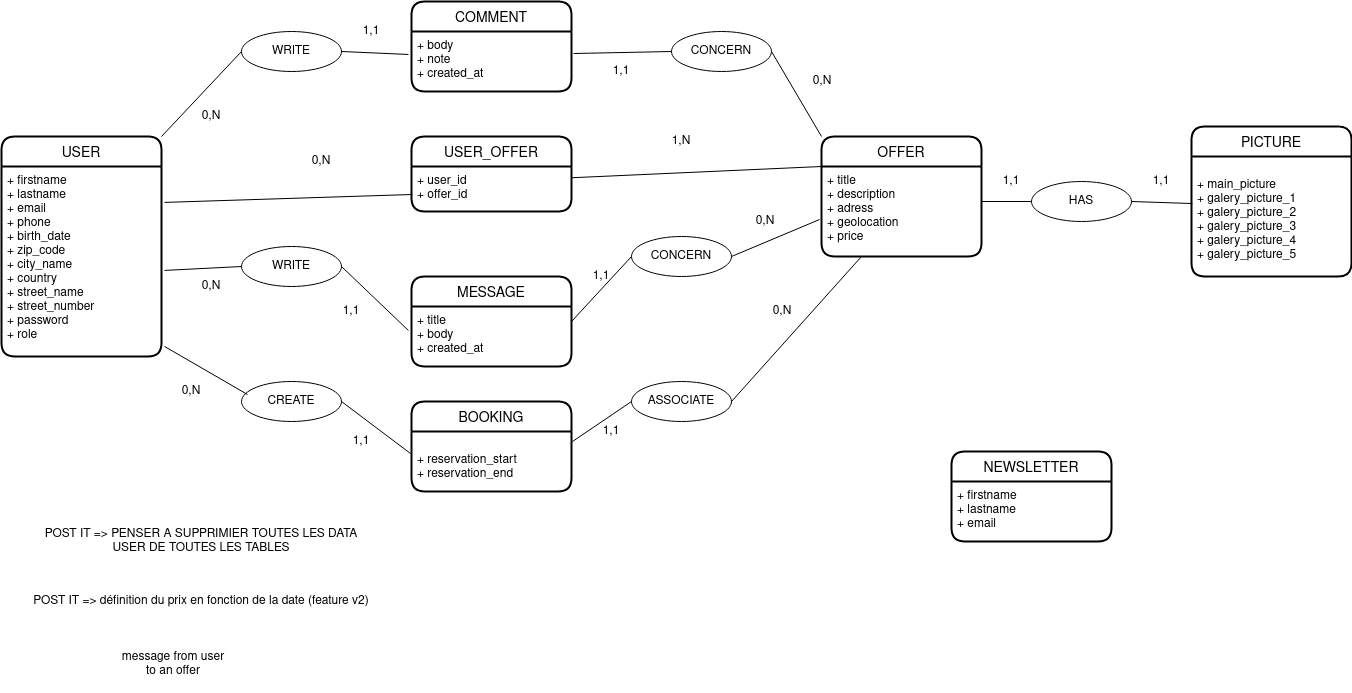
Earlier version of the draw.io export docs/mcd.png (AllisonRenaud/projet-fin-formation). Source tidied: cells renumbered, new cells last; positions are measured from the earlier drawing's top-left corner, leaving out a move shared by most shapes.
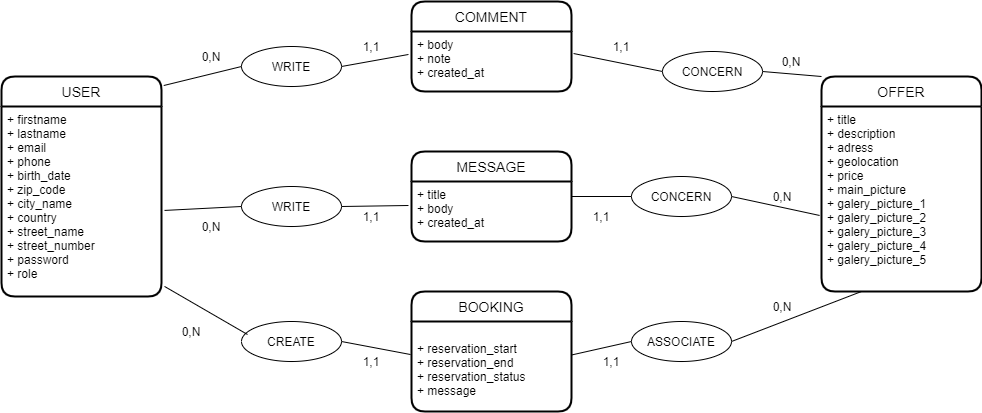
Above is the later version.

Commit message:
update user stories, mcd, mld and data dictionary

Change to the diagram source:
```diff
@@ -9,174 +9,121 @@
       <mxGeometry y="30" width="160" height="190" as="geometry" />
     </mxCell>
     <mxCell id="4" value="OFFER" style="swimlane;horizontal=1;startSize=30;rounded=1;fontSize=14;fontStyle=0;strokeWidth=2;shadow=0;dashed=0;align=center;" parent="1" vertex="1">
-      <mxGeometry x="820" y="135" width="160" height="120" as="geometry" />
+      <mxGeometry x="820" y="135" width="160" height="215" as="geometry" />
     </mxCell>
-    <mxCell id="5" value="+ title&#10;+ description&#10;+ adress &#10;+ geolocation&#10;+ price&#10;" style="align=left;strokeColor=none;fillColor=none;spacingLeft=4;fontSize=12;verticalAlign=top;" parent="4" vertex="1">
-      <mxGeometry y="30" width="160" height="90" as="geometry" />
-    </mxCell>
+    <mxCell id="60" value="+ title&#10;+ description&#10;+ adress &#10;+ geolocation&#10;+ price&#10;+ main_picture&#10;+ galery_picture_1&#10;+ galery_picture_2&#10;+ galery_picture_3&#10;+ galery_picture_4&#10;+ galery_picture_5&#10;" style="align=left;strokeColor=none;fillColor=none;spacingLeft=4;fontSize=12;verticalAlign=top;" parent="4" vertex="1">
+      <mxGeometry y="30" width="160" height="185" as="geometry" />
+    </mxCell>
+    <mxCell id="61" style="edgeStyle=orthogonalEdgeStyle;rounded=0;orthogonalLoop=1;jettySize=auto;html=1;exitX=0.5;exitY=1;exitDx=0;exitDy=0;" parent="4" edge="1" source="60" target="60">
+      <mxGeometry relative="1" as="geometry" />
+    </mxCell>
     <mxCell id="6" value="BOOKING" style="swimlane;horizontal=1;startSize=30;rounded=1;fontSize=14;fontStyle=0;strokeWidth=2;shadow=0;dashed=0;align=center;" parent="1" vertex="1">
-      <mxGeometry x="410" y="400" width="160" height="90" as="geometry" />
+      <mxGeometry x="410" y="350" width="160" height="120" as="geometry" />
     </mxCell>
-    <mxCell id="7" value="&#10;+ reservation_start&#10;+ reservation_end" style="align=left;strokeColor=none;fillColor=none;spacingLeft=4;fontSize=12;verticalAlign=top;" parent="6" vertex="1">
-      <mxGeometry y="30" width="160" height="60" as="geometry" />
-    </mxCell>
+    <mxCell id="62" value="&#10;+ reservation_start&#10;+ reservation_end&#10;+ reservation_status&#10;+ message" style="align=left;strokeColor=none;fillColor=none;spacingLeft=4;fontSize=12;verticalAlign=top;" parent="6" vertex="1">
+      <mxGeometry y="30" width="160" height="90" as="geometry" />
+    </mxCell>
     <mxCell id="8" value="COMMENT" style="swimlane;horizontal=1;startSize=30;rounded=1;fontSize=14;fontStyle=0;strokeWidth=2;shadow=0;dashed=0;align=center;" parent="1" vertex="1">
-      <mxGeometry x="410" width="160" height="90" as="geometry" />
+      <mxGeometry x="410" y="60" width="160" height="90" as="geometry" />
     </mxCell>
     <mxCell id="9" value="+ body&#10;+ note&#10;+ created_at" style="align=left;strokeColor=none;fillColor=none;spacingLeft=4;fontSize=12;verticalAlign=top;" parent="8" vertex="1">
       <mxGeometry y="30" width="160" height="60" as="geometry" />
     </mxCell>
-    <mxCell id="10" value="NEWSLETTER" style="swimlane;horizontal=1;startSize=30;rounded=1;fontSize=14;fontStyle=0;strokeWidth=2;shadow=0;dashed=0;align=center;" parent="1" vertex="1">
-      <mxGeometry x="950" y="450" width="160" height="90" as="geometry" />
-    </mxCell>
-    <mxCell id="11" value="+ firstname&#10;+ lastname&#10;+ email" style="align=left;strokeColor=none;fillColor=none;spacingLeft=4;fontSize=12;verticalAlign=top;" parent="10" vertex="1">
-      <mxGeometry y="30" width="160" height="60" as="geometry" />
-    </mxCell>
-    <mxCell id="12" value="POST IT =&amp;gt; PENSER A SUPPRIMIER TOUTES LES DATA USER DE TOUTES LES TABLES" style="text;html=1;strokeColor=none;fillColor=none;align=center;verticalAlign=middle;whiteSpace=wrap;rounded=0;" parent="1" vertex="1">
-      <mxGeometry x="25" y="530" width="350" height="20" as="geometry" />
-    </mxCell>
-    <mxCell id="13" value="PICTURE" style="swimlane;horizontal=1;startSize=30;rounded=1;fontSize=14;fontStyle=0;strokeWidth=2;shadow=0;dashed=0;align=center;" parent="1" vertex="1">
-      <mxGeometry x="1190" y="125" width="160" height="150" as="geometry" />
-    </mxCell>
-    <mxCell id="14" value="&#10;+ main_picture&#10;+ galery_picture_1&#10;+ galery_picture_2&#10;+ galery_picture_3&#10;+ galery_picture_4&#10;+ galery_picture_5" style="align=left;strokeColor=none;fillColor=none;spacingLeft=4;fontSize=12;verticalAlign=top;" parent="13" vertex="1">
-      <mxGeometry y="30" width="160" height="120" as="geometry" />
-    </mxCell>
-    <mxCell id="15" value="POST IT =&amp;gt; définition du prix en fonction de la date (feature v2)" style="text;html=1;strokeColor=none;fillColor=none;align=center;verticalAlign=middle;whiteSpace=wrap;rounded=0;" parent="1" vertex="1">
-      <mxGeometry x="25" y="590" width="350" height="20" as="geometry" />
-    </mxCell>
     <mxCell id="16" value="MESSAGE" style="swimlane;horizontal=1;startSize=30;rounded=1;fontSize=14;fontStyle=0;strokeWidth=2;shadow=0;dashed=0;align=center;" parent="1" vertex="1">
-      <mxGeometry x="410" y="275" width="160" height="90" as="geometry" />
+      <mxGeometry x="410" y="210" width="160" height="90" as="geometry" />
     </mxCell>
     <mxCell id="17" value="+ title&#10;+ body&#10;+ created_at&#10;" style="align=left;strokeColor=none;fillColor=none;spacingLeft=4;fontSize=12;verticalAlign=top;" parent="16" vertex="1">
       <mxGeometry y="30" width="160" height="60" as="geometry" />
     </mxCell>
-    <mxCell id="18" value="&lt;div&gt;message from user&lt;/div&gt;&lt;div&gt;to an offer&lt;br&gt;&lt;/div&gt;&lt;div&gt;&lt;br&gt;&lt;/div&gt;" style="text;html=1;strokeColor=none;fillColor=none;align=center;verticalAlign=middle;whiteSpace=wrap;rounded=0;" parent="1" vertex="1">
-      <mxGeometry x="104" y="660" width="136" height="20" as="geometry" />
-    </mxCell>
-    <mxCell id="19" value="WRITE" style="ellipse;whiteSpace=wrap;html=1;align=center;" parent="1" vertex="1">
-      <mxGeometry x="240" y="30" width="100" height="40" as="geometry" />
-    </mxCell>
-    <mxCell id="20" value="CONCERN" style="ellipse;whiteSpace=wrap;html=1;align=center;" parent="1" vertex="1">
-      <mxGeometry x="670" y="30" width="100" height="40" as="geometry" />
-    </mxCell>
+    <mxCell id="63" value="WRITE" style="ellipse;whiteSpace=wrap;html=1;align=center;" parent="1" vertex="1">
+      <mxGeometry x="240" y="105" width="100" height="40" as="geometry" />
+    </mxCell>
+    <mxCell id="64" value="CONCERN" style="ellipse;whiteSpace=wrap;html=1;align=center;" parent="1" vertex="1">
+      <mxGeometry x="661" y="110" width="100" height="40" as="geometry" />
+    </mxCell>
     <mxCell id="21" value="CREATE" style="ellipse;whiteSpace=wrap;html=1;align=center;" parent="1" vertex="1">
       <mxGeometry x="240" y="380" width="100" height="40" as="geometry" />
     </mxCell>
-    <mxCell id="22" value="WRITE" style="ellipse;whiteSpace=wrap;html=1;align=center;" parent="1" vertex="1">
-      <mxGeometry x="240" y="245" width="100" height="40" as="geometry" />
-    </mxCell>
+    <mxCell id="65" value="WRITE" style="ellipse;whiteSpace=wrap;html=1;align=center;" parent="1" vertex="1">
+      <mxGeometry x="240" y="245" width="100" height="40" as="geometry" />
+    </mxCell>
     <mxCell id="23" value="ASSOCIATE" style="ellipse;whiteSpace=wrap;html=1;align=center;" parent="1" vertex="1">
       <mxGeometry x="630" y="380" width="100" height="40" as="geometry" />
     </mxCell>
-    <mxCell id="24" value="HAS" style="ellipse;whiteSpace=wrap;html=1;align=center;" parent="1" vertex="1">
-      <mxGeometry x="1030" y="180" width="100" height="40" as="geometry" />
-    </mxCell>
-    <mxCell id="25" value="CONCERN" style="ellipse;whiteSpace=wrap;html=1;align=center;" parent="1" vertex="1">
-      <mxGeometry x="630" y="235" width="100" height="40" as="geometry" />
-    </mxCell>
-    <mxCell id="26" style="endArrow=none;html=1;entryX=0;entryY=0.5;entryDx=0;entryDy=0;exitX=1;exitY=0;exitDx=0;exitDy=0;" parent="1" edge="1" source="2" target="19">
-      <mxGeometry relative="1" as="geometry" />
-    </mxCell>
-    <mxCell id="27" style="endArrow=none;html=1;exitX=1;exitY=0.5;exitDx=0;exitDy=0;entryX=0;entryY=0;entryDx=0;entryDy=0;" parent="1" edge="1" source="20" target="4">
-      <mxGeometry relative="1" as="geometry" />
-    </mxCell>
-    <mxCell id="28" style="endArrow=none;html=1;entryX=0;entryY=0.5;entryDx=0;entryDy=0;" parent="1" edge="1" target="23">
-      <mxGeometry relative="1" as="geometry">
-        <mxPoint x="571" y="440" as="sourcePoint" />
-      </mxGeometry>
-    </mxCell>
-    <mxCell id="29" style="endArrow=none;html=1;entryX=0;entryY=0.5;entryDx=0;entryDy=0;exitX=1;exitY=0.5;exitDx=0;exitDy=0;" parent="1" edge="1" source="16" target="25">
-      <mxGeometry relative="1" as="geometry" />
-    </mxCell>
-    <mxCell id="30" style="endArrow=none;html=1;exitX=1.013;exitY=0.367;exitDx=0;exitDy=0;exitPerimeter=0;entryX=0;entryY=0.5;entryDx=0;entryDy=0;" parent="1" edge="1" source="9" target="20">
-      <mxGeometry relative="1" as="geometry" />
-    </mxCell>
+    <mxCell id="66" value="CONCERN" style="ellipse;whiteSpace=wrap;html=1;align=center;" parent="1" vertex="1">
+      <mxGeometry x="630" y="235" width="100" height="40" as="geometry" />
+    </mxCell>
+    <mxCell id="67" style="endArrow=none;html=1;entryX=0;entryY=0.5;entryDx=0;entryDy=0;exitX=1.014;exitY=0.041;exitDx=0;exitDy=0;exitPerimeter=0;" parent="1" edge="1" source="2" target="63">
+      <mxGeometry relative="1" as="geometry" />
+    </mxCell>
+    <mxCell id="68" style="endArrow=none;html=1;exitX=1;exitY=0.5;exitDx=0;exitDy=0;entryX=0;entryY=0;entryDx=0;entryDy=0;" parent="1" edge="1" source="64" target="4">
+      <mxGeometry relative="1" as="geometry" />
+    </mxCell>
+    <mxCell id="69" style="endArrow=none;html=1;entryX=0;entryY=0.5;entryDx=0;entryDy=0;exitX=1.003;exitY=0.371;exitDx=0;exitDy=0;exitPerimeter=0;" parent="1" edge="1" source="62" target="23">
+      <mxGeometry relative="1" as="geometry" />
+    </mxCell>
+    <mxCell id="70" style="endArrow=none;html=1;entryX=0;entryY=0.5;entryDx=0;entryDy=0;exitX=1;exitY=0.5;exitDx=0;exitDy=0;" parent="1" edge="1" source="16" target="66">
+      <mxGeometry relative="1" as="geometry" />
+    </mxCell>
+    <mxCell id="71" style="endArrow=none;html=1;exitX=1.013;exitY=0.367;exitDx=0;exitDy=0;exitPerimeter=0;entryX=0;entryY=0.5;entryDx=0;entryDy=0;" parent="1" edge="1" source="9" target="64">
+      <mxGeometry relative="1" as="geometry" />
+    </mxCell>
     <mxCell id="31" style="endArrow=none;html=1;exitX=1.019;exitY=0.947;exitDx=0;exitDy=0;exitPerimeter=0;entryX=0.06;entryY=0.325;entryDx=0;entryDy=0;entryPerimeter=0;" parent="1" edge="1" source="3" target="21">
       <mxGeometry relative="1" as="geometry" />
     </mxCell>
-    <mxCell id="32" style="endArrow=none;html=1;exitX=1.019;exitY=0.547;exitDx=0;exitDy=0;exitPerimeter=0;entryX=0;entryY=0.5;entryDx=0;entryDy=0;" parent="1" edge="1" source="3" target="22">
-      <mxGeometry relative="1" as="geometry" />
-    </mxCell>
-    <mxCell id="33" style="endArrow=none;html=1;exitX=1;exitY=0.389;exitDx=0;exitDy=0;exitPerimeter=0;entryX=0;entryY=0.5;entryDx=0;entryDy=0;" parent="1" edge="1" source="5" target="24">
-      <mxGeometry relative="1" as="geometry" />
-    </mxCell>
-    <mxCell id="34" style="endArrow=none;html=1;exitX=1;exitY=0.5;exitDx=0;exitDy=0;entryX=-0.012;entryY=0.589;entryDx=0;entryDy=0;entryPerimeter=0;" parent="1" edge="1" source="25" target="5">
-      <mxGeometry relative="1" as="geometry" />
-    </mxCell>
-    <mxCell id="35" style="endArrow=none;html=1;exitX=1;exitY=0.5;exitDx=0;exitDy=0;entryX=0.006;entryY=0.392;entryDx=0;entryDy=0;entryPerimeter=0;" parent="1" edge="1" source="24" target="14">
-      <mxGeometry relative="1" as="geometry" />
-    </mxCell>
-    <mxCell id="36" style="endArrow=none;html=1;exitX=1;exitY=0.5;exitDx=0;exitDy=0;entryX=-0.019;entryY=0.4;entryDx=0;entryDy=0;entryPerimeter=0;" parent="1" edge="1" source="22" target="17">
-      <mxGeometry relative="1" as="geometry" />
-    </mxCell>
-    <mxCell id="37" style="endArrow=none;html=1;exitX=1;exitY=0.5;exitDx=0;exitDy=0;entryX=-0.006;entryY=0.367;entryDx=0;entryDy=0;entryPerimeter=0;" parent="1" edge="1" source="21" target="7">
-      <mxGeometry relative="1" as="geometry" />
-    </mxCell>
+    <mxCell id="72" style="endArrow=none;html=1;exitX=1.019;exitY=0.547;exitDx=0;exitDy=0;exitPerimeter=0;entryX=0;entryY=0.5;entryDx=0;entryDy=0;" parent="1" edge="1" source="3" target="65">
+      <mxGeometry relative="1" as="geometry" />
+    </mxCell>
+    <mxCell id="73" style="endArrow=none;html=1;exitX=1;exitY=0.5;exitDx=0;exitDy=0;entryX=-0.012;entryY=0.589;entryDx=0;entryDy=0;entryPerimeter=0;" parent="1" edge="1" source="66" target="60">
+      <mxGeometry relative="1" as="geometry" />
+    </mxCell>
+    <mxCell id="74" style="endArrow=none;html=1;exitX=1;exitY=0.5;exitDx=0;exitDy=0;entryX=-0.019;entryY=0.4;entryDx=0;entryDy=0;entryPerimeter=0;" parent="1" edge="1" source="65" target="17">
+      <mxGeometry relative="1" as="geometry" />
+    </mxCell>
+    <mxCell id="75" style="endArrow=none;html=1;exitX=1;exitY=0.5;exitDx=0;exitDy=0;entryX=-0.006;entryY=0.367;entryDx=0;entryDy=0;entryPerimeter=0;" parent="1" edge="1" source="21" target="62">
+      <mxGeometry relative="1" as="geometry" />
+    </mxCell>
     <mxCell id="38" style="endArrow=none;html=1;exitX=1;exitY=0.5;exitDx=0;exitDy=0;entryX=0.25;entryY=1;entryDx=0;entryDy=0;" parent="1" edge="1" source="23" target="4">
       <mxGeometry relative="1" as="geometry" />
     </mxCell>
-    <mxCell id="39" style="endArrow=none;html=1;exitX=1;exitY=0.5;exitDx=0;exitDy=0;entryX=-0.019;entryY=0.383;entryDx=0;entryDy=0;entryPerimeter=0;" parent="1" edge="1" source="19" target="9">
-      <mxGeometry relative="1" as="geometry" />
-    </mxCell>
-    <mxCell id="40" value="0,N" style="text;html=1;strokeColor=none;fillColor=none;align=center;verticalAlign=middle;whiteSpace=wrap;rounded=0;" parent="1" vertex="1">
-      <mxGeometry x="801" y="70" width="40" height="20" as="geometry" />
-    </mxCell>
-    <mxCell id="41" value="1,1" style="text;html=1;strokeColor=none;fillColor=none;align=center;verticalAlign=middle;whiteSpace=wrap;rounded=0;" parent="1" vertex="1">
-      <mxGeometry x="580" y="265" width="40" height="20" as="geometry" />
-    </mxCell>
-    <mxCell id="42" value="1,1" style="text;html=1;strokeColor=none;fillColor=none;align=center;verticalAlign=middle;whiteSpace=wrap;rounded=0;" parent="1" vertex="1">
-      <mxGeometry x="590" y="420" width="40" height="20" as="geometry" />
-    </mxCell>
-    <mxCell id="43" value="1,1" style="text;html=1;strokeColor=none;fillColor=none;align=center;verticalAlign=middle;whiteSpace=wrap;rounded=0;" parent="1" vertex="1">
-      <mxGeometry x="340" y="430" width="40" height="20" as="geometry" />
-    </mxCell>
-    <mxCell id="44" value="0,N" style="text;html=1;strokeColor=none;fillColor=none;align=center;verticalAlign=middle;whiteSpace=wrap;rounded=0;" parent="1" vertex="1">
-      <mxGeometry x="170" y="380" width="40" height="20" as="geometry" />
-    </mxCell>
-    <mxCell id="45" value="1,1" style="text;html=1;strokeColor=none;fillColor=none;align=center;verticalAlign=middle;whiteSpace=wrap;rounded=0;" parent="1" vertex="1">
-      <mxGeometry x="330" y="300" width="40" height="20" as="geometry" />
-    </mxCell>
-    <mxCell id="46" value="0,N" style="text;html=1;strokeColor=none;fillColor=none;align=center;verticalAlign=middle;whiteSpace=wrap;rounded=0;" parent="1" vertex="1">
-      <mxGeometry x="190" y="275" width="40" height="20" as="geometry" />
-    </mxCell>
-    <mxCell id="47" value="1,1" style="text;html=1;strokeColor=none;fillColor=none;align=center;verticalAlign=middle;whiteSpace=wrap;rounded=0;" parent="1" vertex="1">
-      <mxGeometry x="600" y="60" width="40" height="20" as="geometry" />
-    </mxCell>
-    <mxCell id="48" value="1,1" style="text;html=1;strokeColor=none;fillColor=none;align=center;verticalAlign=middle;whiteSpace=wrap;rounded=0;" parent="1" vertex="1">
-      <mxGeometry x="350" y="20" width="40" height="20" as="geometry" />
-    </mxCell>
-    <mxCell id="49" value="0,N" style="text;html=1;strokeColor=none;fillColor=none;align=center;verticalAlign=middle;whiteSpace=wrap;rounded=0;" parent="1" vertex="1">
-      <mxGeometry x="190" y="105" width="40" height="20" as="geometry" />
-    </mxCell>
-    <mxCell id="50" value="1,1" style="text;html=1;strokeColor=none;fillColor=none;align=center;verticalAlign=middle;whiteSpace=wrap;rounded=0;" parent="1" vertex="1">
-      <mxGeometry x="1140" y="170" width="40" height="20" as="geometry" />
-    </mxCell>
-    <mxCell id="51" value="1,1" style="text;html=1;strokeColor=none;fillColor=none;align=center;verticalAlign=middle;whiteSpace=wrap;rounded=0;" parent="1" vertex="1">
-      <mxGeometry x="990" y="170" width="40" height="20" as="geometry" />
-    </mxCell>
-    <mxCell id="52" value="0,N" style="text;html=1;strokeColor=none;fillColor=none;align=center;verticalAlign=middle;whiteSpace=wrap;rounded=0;" parent="1" vertex="1">
-      <mxGeometry x="761" y="300" width="40" height="20" as="geometry" />
-    </mxCell>
-    <mxCell id="53" value="0,N" style="text;html=1;strokeColor=none;fillColor=none;align=center;verticalAlign=middle;whiteSpace=wrap;rounded=0;" parent="1" vertex="1">
-      <mxGeometry x="744" y="210" width="40" height="20" as="geometry" />
-    </mxCell>
-    <mxCell id="54" style="endArrow=none;html=1;exitX=1.019;exitY=0.189;exitDx=0;exitDy=0;exitPerimeter=0;entryX=0.006;entryY=0.622;entryDx=0;entryDy=0;entryPerimeter=0;" parent="1" edge="1" source="3" target="59">
-      <mxGeometry relative="1" as="geometry" />
-    </mxCell>
-    <mxCell id="55" style="endArrow=none;html=1;exitX=1;exitY=0.25;exitDx=0;exitDy=0;entryX=0;entryY=0.25;entryDx=0;entryDy=0;" parent="1" edge="1" source="59" target="4">
-      <mxGeometry relative="1" as="geometry" />
-    </mxCell>
-    <mxCell id="56" value="1,N" style="text;html=1;strokeColor=none;fillColor=none;align=center;verticalAlign=middle;whiteSpace=wrap;rounded=0;" parent="1" vertex="1">
-      <mxGeometry x="660" y="130" width="40" height="20" as="geometry" />
-    </mxCell>
-    <mxCell id="57" value="0,N" style="text;html=1;strokeColor=none;fillColor=none;align=center;verticalAlign=middle;whiteSpace=wrap;rounded=0;" parent="1" vertex="1">
-      <mxGeometry x="300" y="150" width="40" height="20" as="geometry" />
-    </mxCell>
-    <mxCell id="58" value="USER_OFFER" style="swimlane;horizontal=1;startSize=30;rounded=1;fontSize=14;fontStyle=0;strokeWidth=2;shadow=0;dashed=0;align=center;" parent="1" vertex="1">
-      <mxGeometry x="410" y="135" width="160" height="75" as="geometry" />
-    </mxCell>
-    <mxCell id="59" value="+ user_id&#10;+ offer_id" style="align=left;strokeColor=none;fillColor=none;spacingLeft=4;fontSize=12;verticalAlign=top;" parent="58" vertex="1">
-      <mxGeometry y="30" width="160" height="45" as="geometry" />
-    </mxCell>
+    <mxCell id="76" style="endArrow=none;html=1;exitX=1;exitY=0.5;exitDx=0;exitDy=0;entryX=-0.019;entryY=0.383;entryDx=0;entryDy=0;entryPerimeter=0;" parent="1" edge="1" source="63" target="9">
+      <mxGeometry relative="1" as="geometry" />
+    </mxCell>
+    <mxCell id="77" value="0,N" style="text;html=1;strokeColor=none;fillColor=none;align=center;verticalAlign=middle;whiteSpace=wrap;rounded=0;" parent="1" vertex="1">
+      <mxGeometry x="770" y="110" width="40" height="20" as="geometry" />
+    </mxCell>
+    <mxCell id="78" value="1,1" style="text;html=1;strokeColor=none;fillColor=none;align=center;verticalAlign=middle;whiteSpace=wrap;rounded=0;" parent="1" vertex="1">
+      <mxGeometry x="580" y="265" width="40" height="20" as="geometry" />
+    </mxCell>
+    <mxCell id="79" value="1,1" style="text;html=1;strokeColor=none;fillColor=none;align=center;verticalAlign=middle;whiteSpace=wrap;rounded=0;" parent="1" vertex="1">
+      <mxGeometry x="590" y="410" width="40" height="20" as="geometry" />
+    </mxCell>
+    <mxCell id="80" value="1,1" style="text;html=1;strokeColor=none;fillColor=none;align=center;verticalAlign=middle;whiteSpace=wrap;rounded=0;" parent="1" vertex="1">
+      <mxGeometry x="350" y="410" width="40" height="20" as="geometry" />
+    </mxCell>
+    <mxCell id="81" value="0,N" style="text;html=1;strokeColor=none;fillColor=none;align=center;verticalAlign=middle;whiteSpace=wrap;rounded=0;" parent="1" vertex="1">
+      <mxGeometry x="170" y="380" width="40" height="20" as="geometry" />
+    </mxCell>
+    <mxCell id="82" value="1,1" style="text;html=1;strokeColor=none;fillColor=none;align=center;verticalAlign=middle;whiteSpace=wrap;rounded=0;" parent="1" vertex="1">
+      <mxGeometry x="350" y="265" width="40" height="20" as="geometry" />
+    </mxCell>
+    <mxCell id="83" value="0,N" style="text;html=1;strokeColor=none;fillColor=none;align=center;verticalAlign=middle;whiteSpace=wrap;rounded=0;" parent="1" vertex="1">
+      <mxGeometry x="190" y="275" width="40" height="20" as="geometry" />
+    </mxCell>
+    <mxCell id="84" value="1,1" style="text;html=1;strokeColor=none;fillColor=none;align=center;verticalAlign=middle;whiteSpace=wrap;rounded=0;" parent="1" vertex="1">
+      <mxGeometry x="600" y="95" width="40" height="20" as="geometry" />
+    </mxCell>
+    <mxCell id="85" value="1,1" style="text;html=1;strokeColor=none;fillColor=none;align=center;verticalAlign=middle;whiteSpace=wrap;rounded=0;" parent="1" vertex="1">
+      <mxGeometry x="350" y="95" width="40" height="20" as="geometry" />
+    </mxCell>
+    <mxCell id="86" value="0,N" style="text;html=1;strokeColor=none;fillColor=none;align=center;verticalAlign=middle;whiteSpace=wrap;rounded=0;" parent="1" vertex="1">
+      <mxGeometry x="190" y="105" width="40" height="20" as="geometry" />
+    </mxCell>
+    <mxCell id="87" value="0,N" style="text;html=1;strokeColor=none;fillColor=none;align=center;verticalAlign=middle;whiteSpace=wrap;rounded=0;" parent="1" vertex="1">
+      <mxGeometry x="761" y="355" width="40" height="20" as="geometry" />
+    </mxCell>
+    <mxCell id="88" value="0,N" style="text;html=1;strokeColor=none;fillColor=none;align=center;verticalAlign=middle;whiteSpace=wrap;rounded=0;" parent="1" vertex="1">
+      <mxGeometry x="761" y="245" width="40" height="20" as="geometry" />
+    </mxCell>
   </root>
 </mxGraphModel>
```
